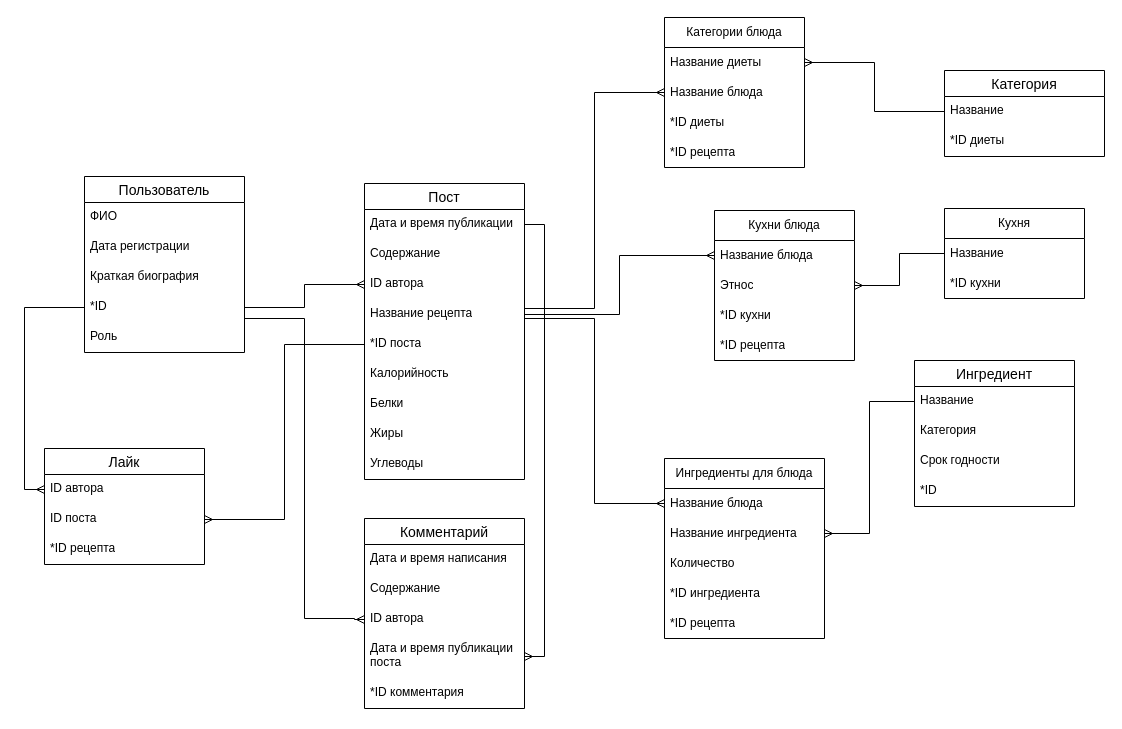
Before: database.drawio in shuntarochishiya/Chef-Blog, a draw.io diagram. Source tidied: cells renumbered, new cells numbered last; positions are measured from the earlier drawing's top-left corner, leaving out a move shared by most shapes. Both pictures are drawn from the tidied source at 100%, with x=0, y=0 at pixel (24, 17).
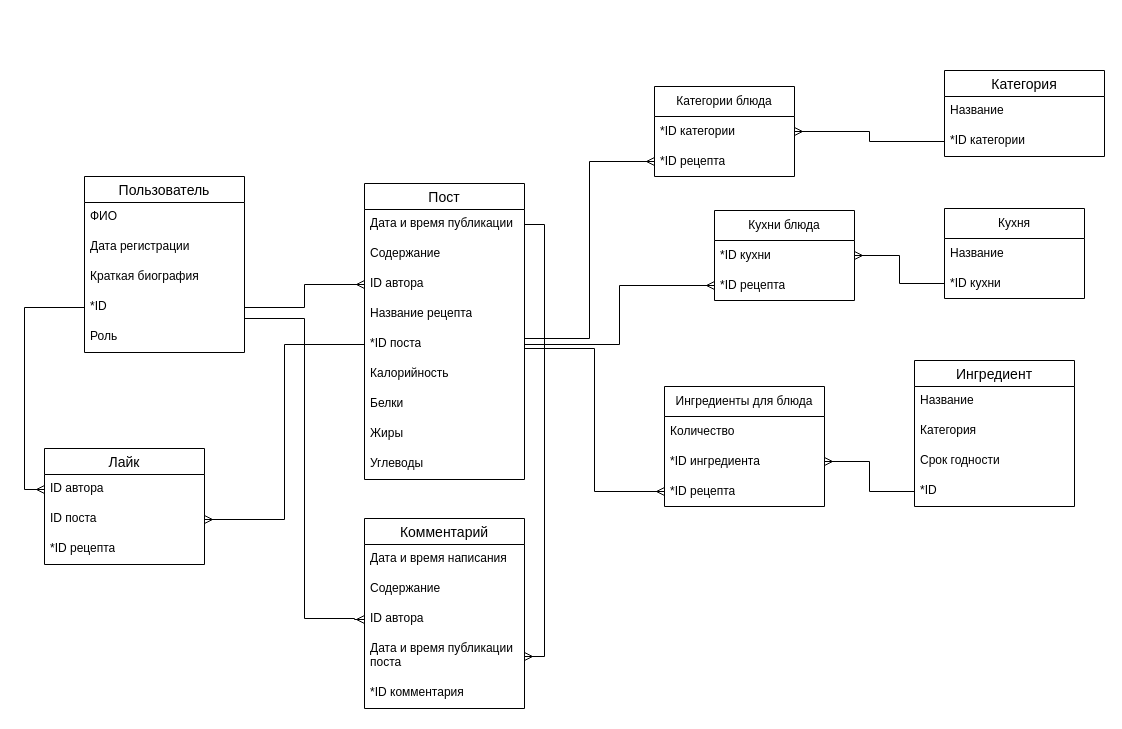
After the change.

The change refers to these unchanged cells:
```xml
<mxCell id="12" value="Название рецепта" style="text;strokeColor=none;fillColor=none;spacingLeft=4;spacingRight=4;overflow=hidden;points=[[0,0.5],[1,0.5]];portConstraint=eastwest;fontSize=12;whiteSpace=wrap;html=1;" parent="8" vertex="1">
  <mxGeometry y="116" width="160" height="30" as="geometry" />
</mxCell>
<mxCell id="13" value="*ID поста" style="text;strokeColor=none;fillColor=none;spacingLeft=4;spacingRight=4;overflow=hidden;points=[[0,0.5],[1,0.5]];portConstraint=eastwest;fontSize=12;whiteSpace=wrap;html=1;" parent="8" vertex="1">
  <mxGeometry y="146" width="160" height="30" as="geometry" />
</mxCell>
<mxCell id="28" value="Категория" style="swimlane;fontStyle=0;horizontal=1;startSize=26;align=center;fontSize=14;" parent="1" vertex="1">
  <mxGeometry x="920" y="53" width="160" height="86" as="geometry" />
</mxCell>
<mxCell id="29" value="Название" style="text;strokeColor=none;fillColor=none;spacingLeft=4;spacingRight=4;overflow=hidden;points=[[0,0.5],[1,0.5]];portConstraint=eastwest;fontSize=12;whiteSpace=wrap;html=1;" parent="28" vertex="1">
  <mxGeometry y="26" width="160" height="30" as="geometry" />
</mxCell>
<mxCell id="32" value="Название" style="text;strokeColor=none;fillColor=none;spacingLeft=4;spacingRight=4;overflow=hidden;points=[[0,0.5],[1,0.5]];portConstraint=eastwest;fontSize=12;whiteSpace=wrap;html=1;" parent="31" vertex="1">
  <mxGeometry y="26" width="160" height="30" as="geometry" />
</mxCell>
<mxCell id="35" value="*ID" style="text;strokeColor=none;fillColor=none;spacingLeft=4;spacingRight=4;overflow=hidden;points=[[0,0.5],[1,0.5]];portConstraint=eastwest;fontSize=12;whiteSpace=wrap;html=1;" parent="31" vertex="1">
  <mxGeometry y="116" width="160" height="30" as="geometry" />
</mxCell>
<mxCell id="58" value="Название" style="text;strokeColor=none;fillColor=none;align=left;verticalAlign=middle;spacingLeft=4;spacingRight=4;overflow=hidden;points=[[0,0.5],[1,0.5]];portConstraint=eastwest;whiteSpace=wrap;html=1;" parent="57" vertex="1">
  <mxGeometry y="30" width="140" height="30" as="geometry" />
</mxCell>
<mxCell id="59" value="*ID кухни" style="text;strokeColor=none;fillColor=none;align=left;verticalAlign=middle;spacingLeft=4;spacingRight=4;overflow=hidden;points=[[0,0.5],[1,0.5]];portConstraint=eastwest;whiteSpace=wrap;html=1;" parent="57" vertex="1">
  <mxGeometry y="60" width="140" height="30" as="geometry" />
</mxCell>
```

What changed in the source:
```diff
@@
-    <mxCell id="30" value="*ID диеты" style="text;strokeColor=none;fillColor=none;spacingLeft=4;spacingRight=4;overflow=hidden;points=[[0,0.5],[1,0.5]];portConstraint=eastwest;fontSize=12;whiteSpace=wrap;html=1;" parent="28" vertex="1">
+    <mxCell id="30" value="*ID категории" style="text;strokeColor=none;fillColor=none;spacingLeft=4;spacingRight=4;overflow=hidden;points=[[0,0.5],[1,0.5]];portConstraint=eastwest;fontSize=12;whiteSpace=wrap;html=1;" parent="28" vertex="1">
       <mxGeometry y="56" width="160" height="30" as="geometry" />
     </mxCell>
@@
     <mxCell id="36" value="Ингредиенты для блюда" style="swimlane;fontStyle=0;horizontal=1;startSize=30;whiteSpace=wrap;html=1;" parent="1" vertex="1">
-      <mxGeometry x="640" y="441" width="160" height="180" as="geometry" />
+      <mxGeometry x="640" y="369" width="160" height="120" as="geometry" />
     </mxCell>
-    <mxCell id="37" value="Название блюда" style="text;strokeColor=none;fillColor=none;align=left;verticalAlign=middle;spacingLeft=4;spacingRight=4;overflow=hidden;points=[[0,0.5],[1,0.5]];portConstraint=eastwest;whiteSpace=wrap;html=1;" parent="36" vertex="1">
-      <mxGeometry y="30" width="160" height="30" as="geometry" />
-    </mxCell>
-    <mxCell id="38" value="Название ингредиента" style="text;strokeColor=none;fillColor=none;align=left;verticalAlign=middle;spacingLeft=4;spacingRight=4;overflow=hidden;points=[[0,0.5],[1,0.5]];portConstraint=eastwest;whiteSpace=wrap;html=1;" parent="36" vertex="1">
-      <mxGeometry y="60" width="160" height="30" as="geometry" />
-    </mxCell>
     <mxCell id="39" value="Количество" style="text;strokeColor=none;fillColor=none;align=left;verticalAlign=middle;spacingLeft=4;spacingRight=4;overflow=hidden;whiteSpace=wrap;html=1;" parent="36" vertex="1">
-      <mxGeometry y="90" width="160" height="30" as="geometry" />
+      <mxGeometry y="30" width="160" height="30" as="geometry" />
     </mxCell>
     <mxCell id="40" value="*ID ингредиента" style="text;strokeColor=none;fillColor=none;align=left;verticalAlign=middle;spacingLeft=4;spacingRight=4;overflow=hidden;points=[[0,0.5],[1,0.5]];portConstraint=eastwest;whiteSpace=wrap;html=1;" parent="36" vertex="1">
-      <mxGeometry y="120" width="160" height="30" as="geometry" />
+      <mxGeometry y="60" width="160" height="30" as="geometry" />
     </mxCell>
     <mxCell id="41" value="*ID рецепта" style="text;strokeColor=none;fillColor=none;align=left;verticalAlign=middle;spacingLeft=4;spacingRight=4;overflow=hidden;points=[[0,0.5],[1,0.5]];portConstraint=eastwest;whiteSpace=wrap;html=1;" parent="36" vertex="1">
-      <mxGeometry y="150" width="160" height="30" as="geometry" />
+      <mxGeometry y="90" width="160" height="30" as="geometry" />
     </mxCell>
-    <mxCell id="42" style="edgeStyle=orthogonalEdgeStyle;rounded=0;jettySize=auto;html=1;endArrow=none;endFill=0;startArrow=ERmany;startFill=0;" parent="1" edge="1" source="38" target="32">
-      <mxGeometry relative="1" as="geometry" />
-    </mxCell>
     <mxCell id="43" value="Категории блюда" style="swimlane;fontStyle=0;horizontal=1;startSize=30;whiteSpace=wrap;html=1;" parent="1" vertex="1">
-      <mxGeometry x="640" width="140" height="150" as="geometry" />
+      <mxGeometry x="630" y="69" width="140" height="90" as="geometry" />
     </mxCell>
-    <mxCell id="44" value="Название диеты" style="text;strokeColor=none;fillColor=none;align=left;verticalAlign=middle;spacingLeft=4;spacingRight=4;overflow=hidden;points=[[0,0.5],[1,0.5]];portConstraint=eastwest;whiteSpace=wrap;html=1;" parent="43" vertex="1">
-      <mxGeometry y="30" width="140" height="30" as="geometry" />
-    </mxCell>
-    <mxCell id="45" value="Название блюда" style="text;strokeColor=none;fillColor=none;align=left;verticalAlign=middle;spacingLeft=4;spacingRight=4;overflow=hidden;points=[[0,0.5],[1,0.5]];portConstraint=eastwest;whiteSpace=wrap;html=1;" parent="43" vertex="1">
-      <mxGeometry y="60" width="140" height="30" as="geometry" />
-    </mxCell>
-    <mxCell id="46" value="*ID диеты" style="text;strokeColor=none;fillColor=none;align=left;verticalAlign=middle;spacingLeft=4;spacingRight=4;overflow=hidden;points=[[0,0.5],[1,0.5]];portConstraint=eastwest;whiteSpace=wrap;html=1;" parent="43" vertex="1">
-      <mxGeometry y="90" width="140" height="30" as="geometry" />
+    <mxCell id="46" value="*ID категории" style="text;strokeColor=none;fillColor=none;align=left;verticalAlign=middle;spacingLeft=4;spacingRight=4;overflow=hidden;points=[[0,0.5],[1,0.5]];portConstraint=eastwest;whiteSpace=wrap;html=1;" parent="43" vertex="1">
+      <mxGeometry y="30" width="140" height="30" as="geometry" />
     </mxCell>
     <mxCell id="47" value="*ID рецепта" style="text;strokeColor=none;fillColor=none;align=left;verticalAlign=middle;spacingLeft=4;spacingRight=4;overflow=hidden;points=[[0,0.5],[1,0.5]];portConstraint=eastwest;whiteSpace=wrap;html=1;" parent="43" vertex="1">
-      <mxGeometry y="120" width="140" height="30" as="geometry" />
+      <mxGeometry y="60" width="140" height="30" as="geometry" />
     </mxCell>
-    <mxCell id="48" style="edgeStyle=orthogonalEdgeStyle;rounded=0;jettySize=auto;html=1;entryX=0;entryY=0.5;entryDx=0;entryDy=0;endArrow=none;endFill=0;startArrow=ERmany;startFill=0;" parent="1" edge="1" source="44" target="29">
-      <mxGeometry relative="1" as="geometry" />
-    </mxCell>
@@
     <mxCell id="52" value="Кухни блюда" style="swimlane;fontStyle=0;horizontal=1;startSize=30;whiteSpace=wrap;html=1;" parent="1" vertex="1">
-      <mxGeometry x="690" y="193" width="140" height="150" as="geometry" />
+      <mxGeometry x="690" y="193" width="140" height="90" as="geometry" />
     </mxCell>
-    <mxCell id="53" value="Название блюда" style="text;strokeColor=none;fillColor=none;align=left;verticalAlign=middle;spacingLeft=4;spacingRight=4;overflow=hidden;points=[[0,0.5],[1,0.5]];portConstraint=eastwest;whiteSpace=wrap;html=1;" parent="52" vertex="1">
-      <mxGeometry y="30" width="140" height="30" as="geometry" />
-    </mxCell>
-    <mxCell id="54" value="Этнос" style="text;strokeColor=none;fillColor=none;align=left;verticalAlign=middle;spacingLeft=4;spacingRight=4;overflow=hidden;points=[[0,0.5],[1,0.5]];portConstraint=eastwest;whiteSpace=wrap;html=1;" parent="52" vertex="1">
-      <mxGeometry y="60" width="140" height="30" as="geometry" />
-    </mxCell>
     <mxCell id="55" value="*ID кухни" style="text;strokeColor=none;fillColor=none;align=left;verticalAlign=middle;spacingLeft=4;spacingRight=4;overflow=hidden;points=[[0,0.5],[1,0.5]];portConstraint=eastwest;whiteSpace=wrap;html=1;" parent="52" vertex="1">
-      <mxGeometry y="90" width="140" height="30" as="geometry" />
+      <mxGeometry y="30" width="140" height="30" as="geometry" />
     </mxCell>
     <mxCell id="56" value="*ID рецепта" style="text;strokeColor=none;fillColor=none;align=left;verticalAlign=middle;spacingLeft=4;spacingRight=4;overflow=hidden;points=[[0,0.5],[1,0.5]];portConstraint=eastwest;whiteSpace=wrap;html=1;" parent="52" vertex="1">
-      <mxGeometry y="120" width="140" height="30" as="geometry" />
+      <mxGeometry y="60" width="140" height="30" as="geometry" />
     </mxCell>
@@
-    <mxCell id="60" style="edgeStyle=orthogonalEdgeStyle;rounded=0;jettySize=auto;html=1;entryX=1;entryY=0.5;entryDx=0;entryDy=0;endArrow=ERmany;endFill=0;" parent="1" edge="1" source="58" target="54">
-      <mxGeometry relative="1" as="geometry" />
-    </mxCell>
-    <mxCell id="61" style="edgeStyle=orthogonalEdgeStyle;rounded=0;jettySize=auto;html=1;endArrow=ERmany;endFill=0;" parent="1" edge="1" source="12" target="45">
-      <mxGeometry relative="1" as="geometry">
-        <Array as="points">
-          <mxPoint x="570" y="291" />
-          <mxPoint x="570" y="75" />
-        </Array>
-      </mxGeometry>
-    </mxCell>
-    <mxCell id="62" style="edgeStyle=orthogonalEdgeStyle;rounded=0;jettySize=auto;html=1;endArrow=ERmany;endFill=0;" parent="1" edge="1" source="12" target="53">
-      <mxGeometry relative="1" as="geometry">
-        <Array as="points">
-          <mxPoint x="595" y="297" />
-          <mxPoint x="595" y="238" />
-        </Array>
-      </mxGeometry>
-    </mxCell>
-    <mxCell id="63" style="edgeStyle=orthogonalEdgeStyle;rounded=0;jettySize=auto;html=1;endArrow=ERmany;endFill=0;" parent="1" edge="1" source="12" target="37">
-      <mxGeometry relative="1" as="geometry">
-        <Array as="points">
-          <mxPoint x="570" y="301" />
-          <mxPoint x="570" y="486" />
-        </Array>
-      </mxGeometry>
-    </mxCell>
@@
+    <mxCell id="66" style="edgeStyle=orthogonalEdgeStyle;rounded=0;jettySize=auto;html=1;endArrow=ERmany;endFill=0;" parent="1" edge="1" source="13" target="56">
+      <mxGeometry relative="1" as="geometry" />
+    </mxCell>
+    <mxCell id="67" style="edgeStyle=orthogonalEdgeStyle;rounded=0;jettySize=auto;html=1;endArrow=ERmany;endFill=0;" parent="1" edge="1" source="59" target="55">
+      <mxGeometry relative="1" as="geometry" />
+    </mxCell>
+    <mxCell id="68" style="edgeStyle=orthogonalEdgeStyle;rounded=0;jettySize=auto;html=1;endArrow=ERmany;endFill=0;" parent="1" edge="1" source="13" target="41">
+      <mxGeometry relative="1" as="geometry">
+        <Array as="points">
+          <mxPoint x="570" y="331" />
+          <mxPoint x="570" y="474" />
+        </Array>
+      </mxGeometry>
+    </mxCell>
+    <mxCell id="69" style="edgeStyle=orthogonalEdgeStyle;rounded=0;jettySize=auto;html=1;endArrow=ERmany;endFill=0;" parent="1" edge="1" source="35" target="40">
+      <mxGeometry relative="1" as="geometry" />
+    </mxCell>
+    <mxCell id="70" style="edgeStyle=orthogonalEdgeStyle;rounded=0;jettySize=auto;html=1;endArrow=ERmany;endFill=0;" parent="1" edge="1" source="30" target="46">
+      <mxGeometry relative="1" as="geometry" />
+    </mxCell>
+    <mxCell id="71" style="edgeStyle=orthogonalEdgeStyle;rounded=0;jettySize=auto;html=1;endArrow=ERmany;endFill=0;" parent="1" edge="1" source="13" target="47">
+      <mxGeometry relative="1" as="geometry">
+        <Array as="points">
+          <mxPoint x="565" y="321" />
+          <mxPoint x="565" y="144" />
+        </Array>
+      </mxGeometry>
+    </mxCell>
```
